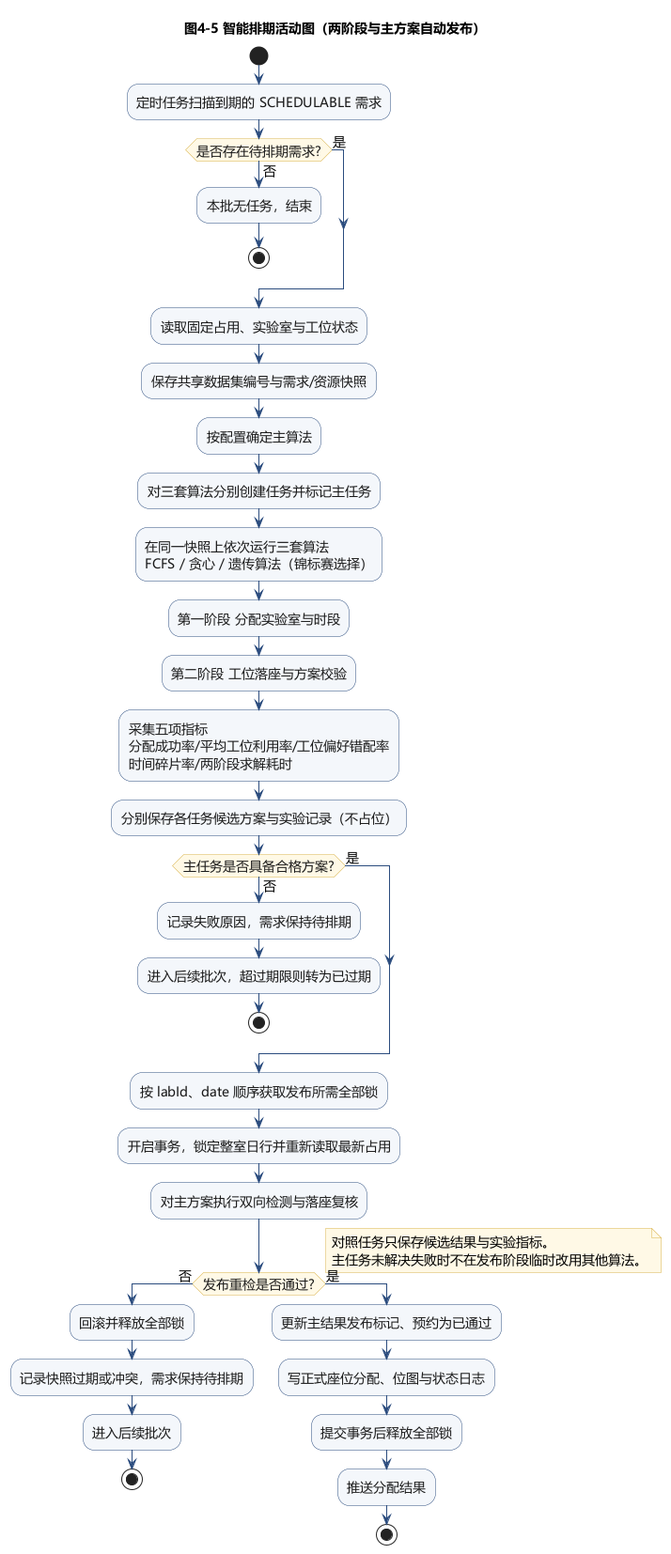
Earlier version of the PlantUML export doc/uml/oo-design/08_activity_scheduling.png (SLeePY-VW50/-). Its diagram source:
```plantuml
@startuml
!pragma layout smetana
!include ../_style.inc.puml
title 图4-5 智能排期活动图（两阶段与主方案自动发布）

start
:定时任务扫描到期的 SCHEDULABLE 需求;
if (是否存在待排期需求?) then (否)
  :本批无任务，结束;
  stop
else (是)
endif
:读取固定占用、实验室与工位状态;
:保存共享数据集编号与需求/资源快照;
:按配置确定主算法;
:对三套算法分别创建任务并标记主任务;

:在同一快照上依次运行三套算法\nFCFS / 贪心 / 遗传算法（锦标赛选择）;
:第一阶段 分配实验室与时段;
:第二阶段 工位落座与方案校验;
:采集五项指标\n分配成功率/平均工位利用率/工位偏好错配率\n时间碎片率/两阶段求解耗时;
:分别保存各任务候选方案与实验记录（不占位）;

if (主任务是否具备合格方案?) then (否)
  :记录失败原因，需求保持待排期;
  :进入后续批次，超过期限则转为已过期;
  stop
else (是)
endif

:按 labId、date 顺序获取发布所需全部锁;
:开启事务，锁定整室日行并重新读取最新占用;
:对主方案执行双向检测与落座复核;
if (发布重检是否通过?) then (否)
  :回滚并释放全部锁;
  :记录快照过期或冲突，需求保持待排期;
  :进入后续批次;
  stop
else (是)
  :更新主结果发布标记、预约为已通过;
  :写正式座位分配、位图与状态日志;
  :提交事务后释放全部锁;
  :推送分配结果;
  stop
endif

note right
  对照任务只保存候选结果与实验指标。
  主任务未解决失败时不在发布阶段临时改用其他算法。
end note
@enduml
```
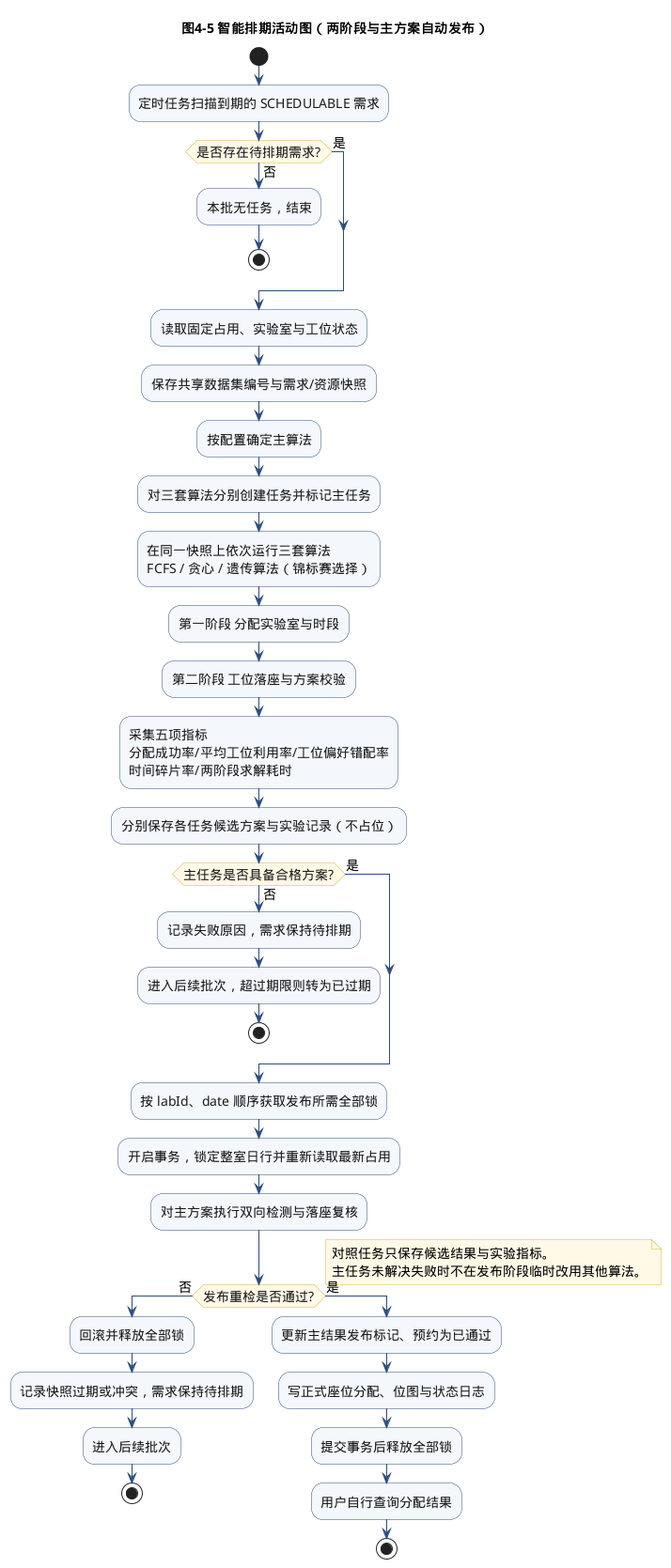
After the commit.

Diff of the diagram source:
```diff
@@ -40,7 +40,7 @@
   :更新主结果发布标记、预约为已通过;
   :写正式座位分配、位图与状态日志;
   :提交事务后释放全部锁;
-  :推送分配结果;
+  :用户自行查询分配结果;
   stop
 endif
 
```
